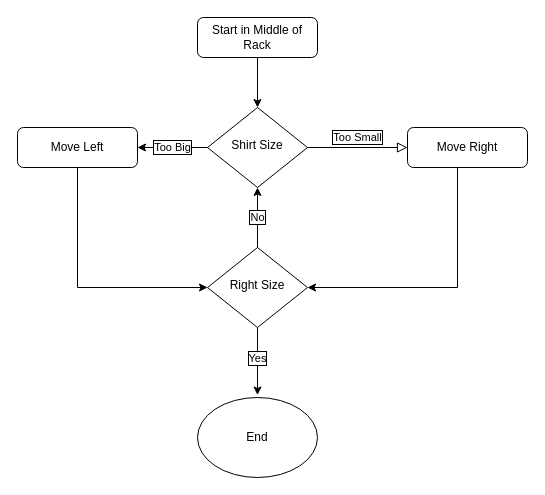
Above: page "Shirts" (2 of 7) of Comp Prog 12/Socks.drawio in Jchisholm204/JChisholm (draw.io), before the change. Source tidied: cells renumbered, new cells numbered last; positions are measured from the earlier drawing's top-left corner, leaving out a move shared by most shapes. Both pictures are drawn from the tidied source at 100%, with x=0, y=0 at pixel (17, 17).
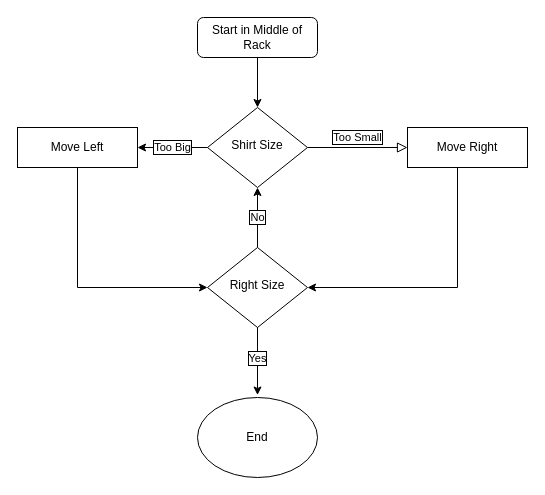
The same page after the edit.

Diff of the diagram source:
```diff
@@
 <mxGraphModel>
   <root>
     <mxCell id="0" />
     <mxCell id="1" parent="0" />
     <mxCell id="2" style="edgeStyle=orthogonalEdgeStyle;rounded=0;jettySize=auto;html=1;exitX=0.5;exitY=1;exitDx=0;exitDy=0;entryX=0.5;entryY=0;entryDx=0;entryDy=0;" parent="1" edge="1" source="3" target="6">
       <mxGeometry relative="1" as="geometry" />
     </mxCell>
     <mxCell id="3" value="Start in Middle of Rack" style="rounded=1;whiteSpace=wrap;html=1;fontSize=12;glass=0;strokeWidth=1;shadow=0;" parent="1" vertex="1">
       <mxGeometry x="180" width="120" height="40" as="geometry" />
     </mxCell>
     <mxCell id="4" value="Too Small" style="edgeStyle=orthogonalEdgeStyle;rounded=0;html=1;jettySize=auto;fontSize=11;endArrow=block;endFill=0;endSize=8;strokeWidth=1;shadow=0;labelBackgroundColor=none;labelBorderColor=#000000;" parent="1" edge="1" source="6" target="8">
       <mxGeometry y="10" relative="1" as="geometry" />
     </mxCell>
     <mxCell id="5" value="Too Big" style="edgeStyle=orthogonalEdgeStyle;rounded=0;jettySize=auto;html=1;labelBorderColor=#000000;" parent="1" edge="1" source="6" target="10">
       <mxGeometry relative="1" as="geometry" />
     </mxCell>
     <mxCell id="6" value="Shirt Size" style="rhombus;whiteSpace=wrap;html=1;shadow=0;fontFamily=Helvetica;fontSize=12;align=center;strokeWidth=1;spacing=6;spacingTop=-4;" parent="1" vertex="1">
       <mxGeometry x="190" y="90" width="100" height="80" as="geometry" />
     </mxCell>
     <mxCell id="7" style="edgeStyle=orthogonalEdgeStyle;rounded=0;jettySize=auto;html=1;entryX=1;entryY=0.5;entryDx=0;entryDy=0;" parent="1" edge="1" source="8" target="13">
       <mxGeometry relative="1" as="geometry">
         <Array as="points">
           <mxPoint x="440" y="270" />
         </Array>
       </mxGeometry>
     </mxCell>
-    <mxCell id="8" value="Move Right" style="rounded=1;whiteSpace=wrap;html=1;fontSize=12;glass=0;strokeWidth=1;shadow=0;" parent="1" vertex="1">
+    <mxCell id="8" value="Move Right" style="rounded=0;whiteSpace=wrap;html=1;fontSize=12;glass=0;strokeWidth=1;shadow=0;" parent="1" vertex="1">
       <mxGeometry x="390" y="110" width="120" height="40" as="geometry" />
     </mxCell>
     <mxCell id="9" style="edgeStyle=orthogonalEdgeStyle;rounded=0;jettySize=auto;html=1;exitX=0.5;exitY=1;exitDx=0;exitDy=0;entryX=0;entryY=0.5;entryDx=0;entryDy=0;" parent="1" edge="1" source="10" target="13">
       <mxGeometry relative="1" as="geometry" />
     </mxCell>
-    <mxCell id="10" value="Move Left" style="rounded=1;whiteSpace=wrap;html=1;fontSize=12;glass=0;strokeWidth=1;shadow=0;" parent="1" vertex="1">
+    <mxCell id="10" value="Move Left" style="rounded=0;whiteSpace=wrap;html=1;fontSize=12;glass=0;strokeWidth=1;shadow=0;" parent="1" vertex="1">
       <mxGeometry y="110" width="120" height="40" as="geometry" />
     </mxCell>
     <mxCell id="11" value="Yes" style="edgeStyle=orthogonalEdgeStyle;rounded=0;orthogonalLoop=1;jettySize=auto;html=1;labelBorderColor=#000000;" parent="1" edge="1">
       <mxGeometry relative="1" as="geometry">
         <mxPoint x="240" y="305" as="sourcePoint" />
         <mxPoint x="240" y="377.5" as="targetPoint" />
       </mxGeometry>
     </mxCell>
     <mxCell id="12" value="No" style="edgeStyle=orthogonalEdgeStyle;rounded=0;jettySize=auto;html=1;exitX=0.5;exitY=0;exitDx=0;exitDy=0;entryX=0.5;entryY=1;entryDx=0;entryDy=0;labelBorderColor=#000000;" parent="1" edge="1" source="13" target="6">
       <mxGeometry relative="1" as="geometry" />
     </mxCell>
     <mxCell id="13" value="Right Size" style="rhombus;whiteSpace=wrap;html=1;shadow=0;fontFamily=Helvetica;fontSize=12;align=center;strokeWidth=1;spacing=6;spacingTop=-4;" parent="1" vertex="1">
       <mxGeometry x="190" y="230" width="100" height="80" as="geometry" />
     </mxCell>
     <mxCell id="14" value="End" style="ellipse;whiteSpace=wrap;html=1;fontColor=#000000;" parent="1" vertex="1">
       <mxGeometry x="180" y="380" width="120" height="80" as="geometry" />
     </mxCell>
   </root>
 </mxGraphModel>
```
